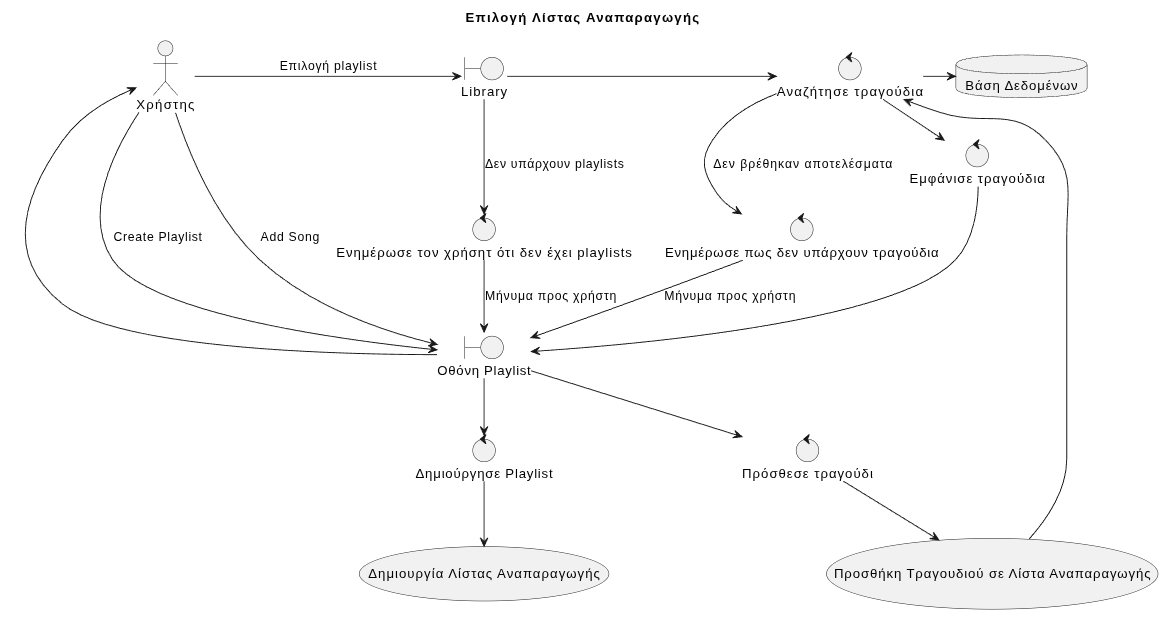
This is Paradoteo_3/RobustnessDiagrams/SelectPlaylist.png from RubenKingCP/Namify, a PlantUML export, as it was before one commit. Its source is kept beside it as Paradoteo_3/RobustnessDiagrams/SelectPlaylist.puml.
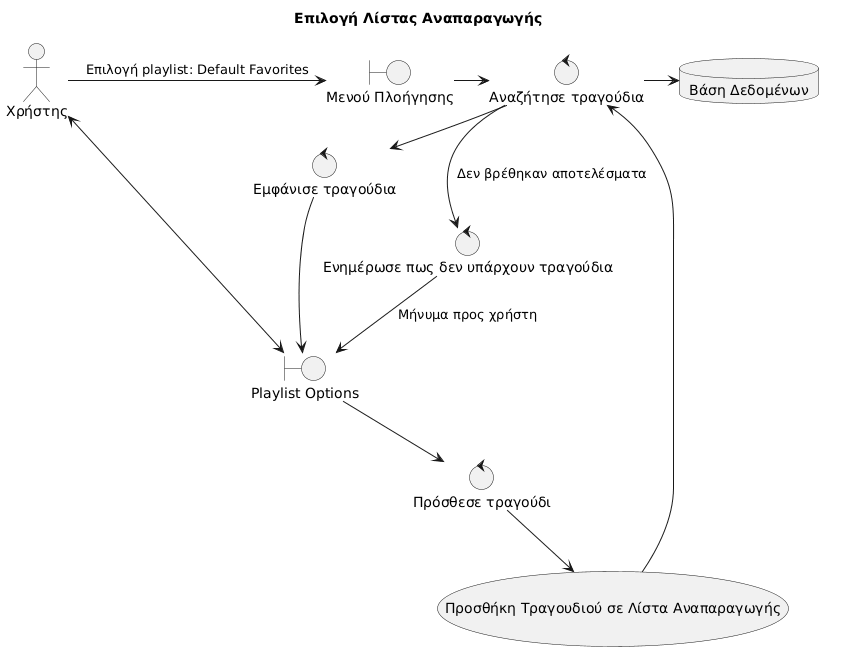
Later version of the same file.

What changed in the source:
```diff
@@ -3,34 +3,27 @@
 title Επιλογή Λίστας Αναπαραγωγής
 
 actor "Χρήστης" as u
-boundary "Library" as lib
+boundary "Μενού Πλοήγησης" as lib
 database "Βάση Δεδομένων" as db
 control "Αναζήτησε τραγούδια" as search
 control "Εμφάνισε τραγούδια" as ss
-boundary "Οθόνη Playlist" as ps
-control "Ενημέρωσε τον χρήσητ ότι δεν έχει playlists" as np
-usecase "Δημιουργία Λίστας Αναπαραγωγής" as cp
-control "Δημιούργησε Playlist" as ccp
+boundary "Playlist Options" as ps
 control "Ενημέρωσε πως δεν υπάρχουν τραγούδια" as ins
 control "Πρόσθεσε τραγούδι" as addsong
 usecase "Προσθήκη Τραγουδιού σε Λίστα Αναπαραγωγής" as addSong
 
-u -> lib : Επιλογή playlist
+u -> lib : Επιλογή playlist: Default Favorites
 lib -> search
 search -> db
 search -> ss
 ss -> ps
-ps -> u
+ps <-> u
 
-lib --> np : Δεν υπάρχουν playlists
-np --> ps : Μήνυμα προς χρήστη
-u --> ps : "Create Playlist"
-ps --> ccp
-ccp --> cp
+
+
 
 search --> ins : Δεν βρέθηκαν αποτελέσματα
 ins --> ps : Μήνυμα προς χρήστη
-u --> ps : "Add Song"
 ps --> addsong
 addsong --> addSong
 addSong --> search
```
